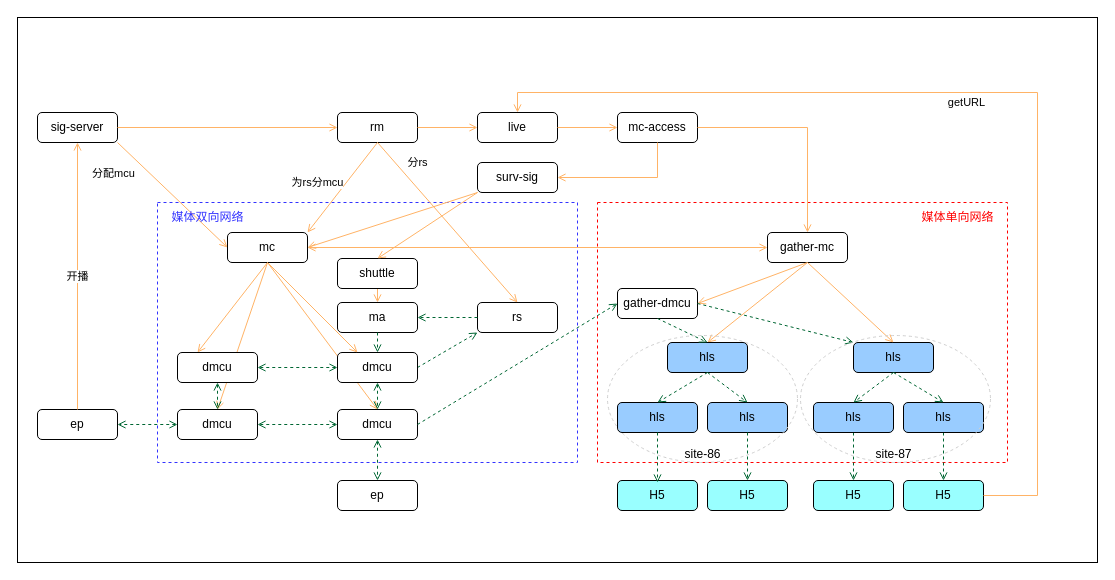
The draw.io diagram page "内网直播2" (2 of 6) of 单向网络-内网直播.drawio in Liaozengxiang/test, before the edit. Source tidied: cells renumbered, new cells numbered last; positions are measured from the earlier drawing's top-left corner, leaving out a move shared by most shapes. Both pictures are drawn from the tidied source at 100%, with x=0, y=0 at pixel (17, 17).
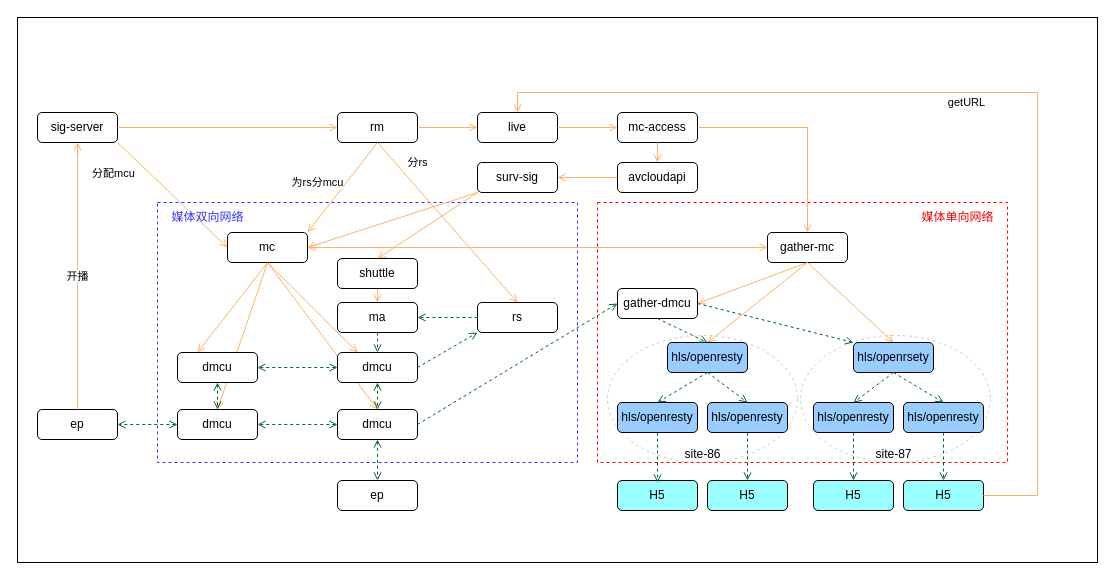
Above is the later version.

Unchanged cells that the change refers to:
```xml
<mxCell id="24" value="surv-sig" style="rounded=1;whiteSpace=wrap;html=1;" parent="1" vertex="1">
  <mxGeometry x="460" y="145" width="80" height="30" as="geometry" />
</mxCell>
<mxCell id="67" value="mc-access" style="rounded=1;whiteSpace=wrap;html=1;" parent="1" vertex="1">
  <mxGeometry x="600" y="95" width="80" height="30" as="geometry" />
</mxCell>
```

What changed in the source:
```diff
@@
+    <mxCell id="61" style="ellipse;whiteSpace=wrap;html=1;fillColor=none;strokeColor=#CFCFCF;dashed=1;" parent="1" vertex="1">
+      <mxGeometry x="783" y="318" width="190" height="127" as="geometry" />
+    </mxCell>
+    <mxCell id="60" style="ellipse;whiteSpace=wrap;html=1;fillColor=none;strokeColor=#CFCFCF;dashed=1;" parent="1" vertex="1">
+      <mxGeometry x="590" y="318" width="190" height="127" as="geometry" />
+    </mxCell>
@@
-    <mxCell id="12" value="hls" style="rounded=1;whiteSpace=wrap;html=1;fillColor=#99CCFF;" parent="1" vertex="1">
+    <mxCell id="12" value="hls/openresty" style="rounded=1;whiteSpace=wrap;html=1;fillColor=#99CCFF;" parent="1" vertex="1">
       <mxGeometry x="650" y="325" width="80" height="30" as="geometry" />
     </mxCell>
-    <mxCell id="13" value="hls" style="rounded=1;whiteSpace=wrap;html=1;fillColor=#99CCFF;" parent="1" vertex="1">
+    <mxCell id="13" value="hls/openresty" style="rounded=1;whiteSpace=wrap;html=1;fillColor=#99CCFF;" parent="1" vertex="1">
       <mxGeometry x="600" y="385" width="80" height="30" as="geometry" />
     </mxCell>
-    <mxCell id="14" value="hls" style="rounded=1;whiteSpace=wrap;html=1;fillColor=#99CCFF;" parent="1" vertex="1">
+    <mxCell id="14" value="hls/openresty" style="rounded=1;whiteSpace=wrap;html=1;fillColor=#99CCFF;" parent="1" vertex="1">
       <mxGeometry x="690" y="385" width="80" height="30" as="geometry" />
     </mxCell>
@@
-    <mxCell id="41" value="hls" style="rounded=1;whiteSpace=wrap;html=1;fillColor=#99CCFF;" parent="1" vertex="1">
+    <mxCell id="41" value="hls/openrsety" style="rounded=1;whiteSpace=wrap;html=1;fillColor=#99CCFF;" parent="1" vertex="1">
       <mxGeometry x="836" y="325" width="80" height="30" as="geometry" />
     </mxCell>
-    <mxCell id="42" value="hls" style="rounded=1;whiteSpace=wrap;html=1;fillColor=#99CCFF;" parent="1" vertex="1">
+    <mxCell id="42" value="hls/openresty" style="rounded=1;whiteSpace=wrap;html=1;fillColor=#99CCFF;" parent="1" vertex="1">
       <mxGeometry x="796" y="385" width="80" height="30" as="geometry" />
     </mxCell>
-    <mxCell id="43" value="hls" style="rounded=1;whiteSpace=wrap;html=1;fillColor=#99CCFF;" parent="1" vertex="1">
+    <mxCell id="43" value="hls/openresty" style="rounded=1;whiteSpace=wrap;html=1;fillColor=#99CCFF;" parent="1" vertex="1">
       <mxGeometry x="886" y="385" width="80" height="30" as="geometry" />
     </mxCell>
@@
-    <mxCell id="60" style="ellipse;whiteSpace=wrap;html=1;fillColor=none;strokeColor=#CFCFCF;dashed=1;" parent="1" vertex="1">
-      <mxGeometry x="590" y="318" width="190" height="127" as="geometry" />
-    </mxCell>
-    <mxCell id="61" style="ellipse;whiteSpace=wrap;html=1;fillColor=none;strokeColor=#CFCFCF;dashed=1;" parent="1" vertex="1">
-      <mxGeometry x="783" y="318" width="190" height="127" as="geometry" />
-    </mxCell>
@@
-    <mxCell id="74" style="endArrow=none;html=1;rounded=0;strokeColor=#FFB366;startArrow=open;startFill=0;endFill=0;entryX=0.5;entryY=1;entryDx=0;entryDy=0;exitX=1;exitY=0.5;exitDx=0;exitDy=0;" parent="1" edge="1" source="24" target="67">
-      <mxGeometry relative="1" as="geometry">
-        <Array as="points">
-          <mxPoint x="640" y="160" />
-        </Array>
-      </mxGeometry>
-    </mxCell>
@@
+    <mxCell id="79" value="avcloudapi" style="rounded=1;whiteSpace=wrap;html=1;" parent="1" vertex="1">
+      <mxGeometry x="600" y="145" width="80" height="30" as="geometry" />
+    </mxCell>
+    <mxCell id="80" style="endArrow=none;html=1;rounded=0;strokeColor=#FFB366;startArrow=open;startFill=0;endFill=0;entryX=0;entryY=0.5;entryDx=0;entryDy=0;exitX=1;exitY=0.5;exitDx=0;exitDy=0;" parent="1" edge="1" source="24" target="79">
+      <mxGeometry relative="1" as="geometry" />
+    </mxCell>
+    <mxCell id="81" style="endArrow=none;html=1;rounded=0;strokeColor=#FFB366;startArrow=open;startFill=0;endFill=0;entryX=0.5;entryY=1;entryDx=0;entryDy=0;exitX=0.5;exitY=0;exitDx=0;exitDy=0;" parent="1" edge="1" source="79" target="67">
+      <mxGeometry relative="1" as="geometry" />
+    </mxCell>
```
